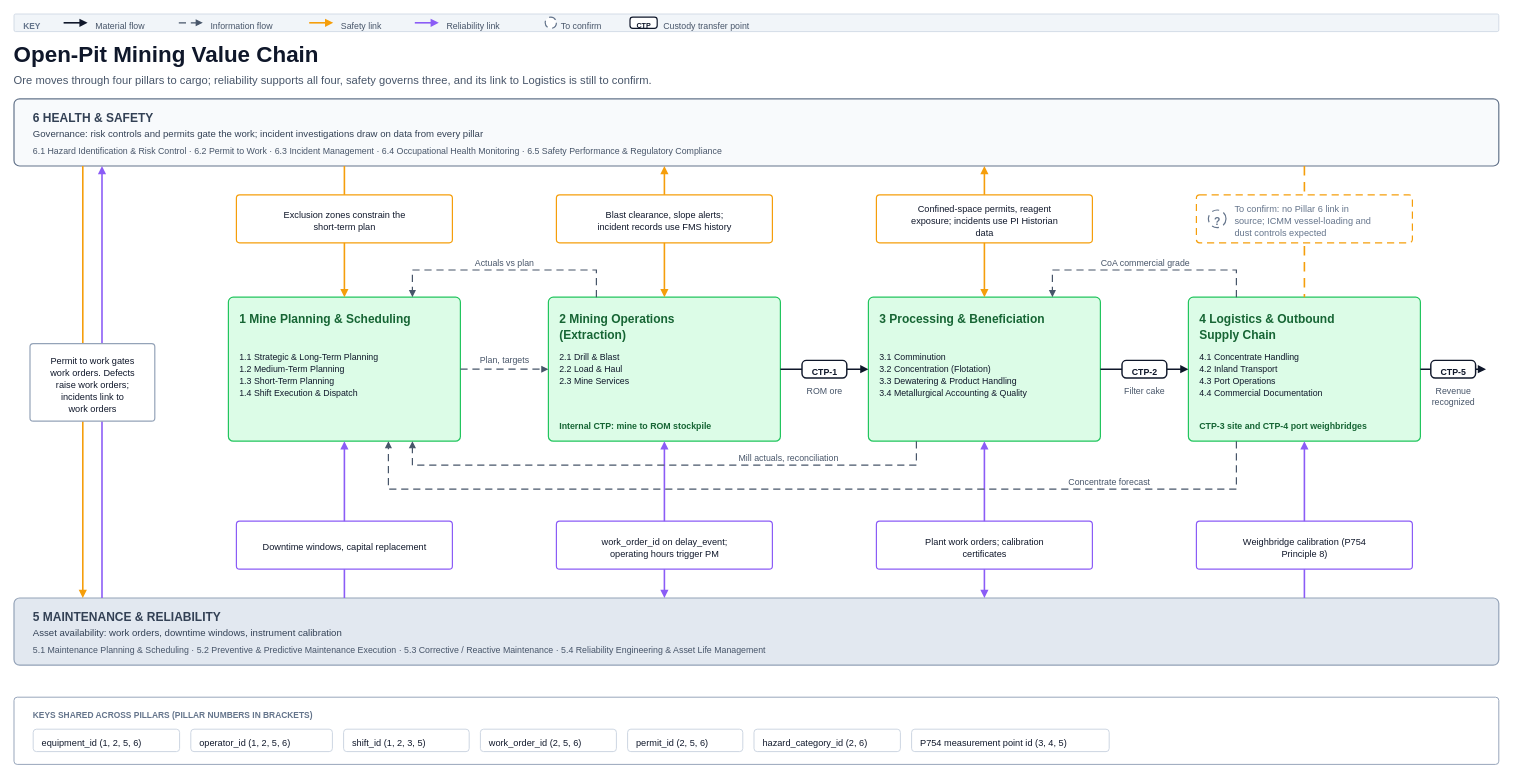
feemurk/teck-process-modeling keeps this draw.io diagram as pillar-models/diagrams/L0-value-chain/L0_value-chain-map.drawio. Above is the earlier version. Source tidied: cells renumbered, new cells numbered last; positions are measured from the earlier drawing's top-left corner, leaving out a move shared by most shapes. Both pictures are drawn from the tidied source at 80%, with x=0, y=0 at pixel (14, 14).
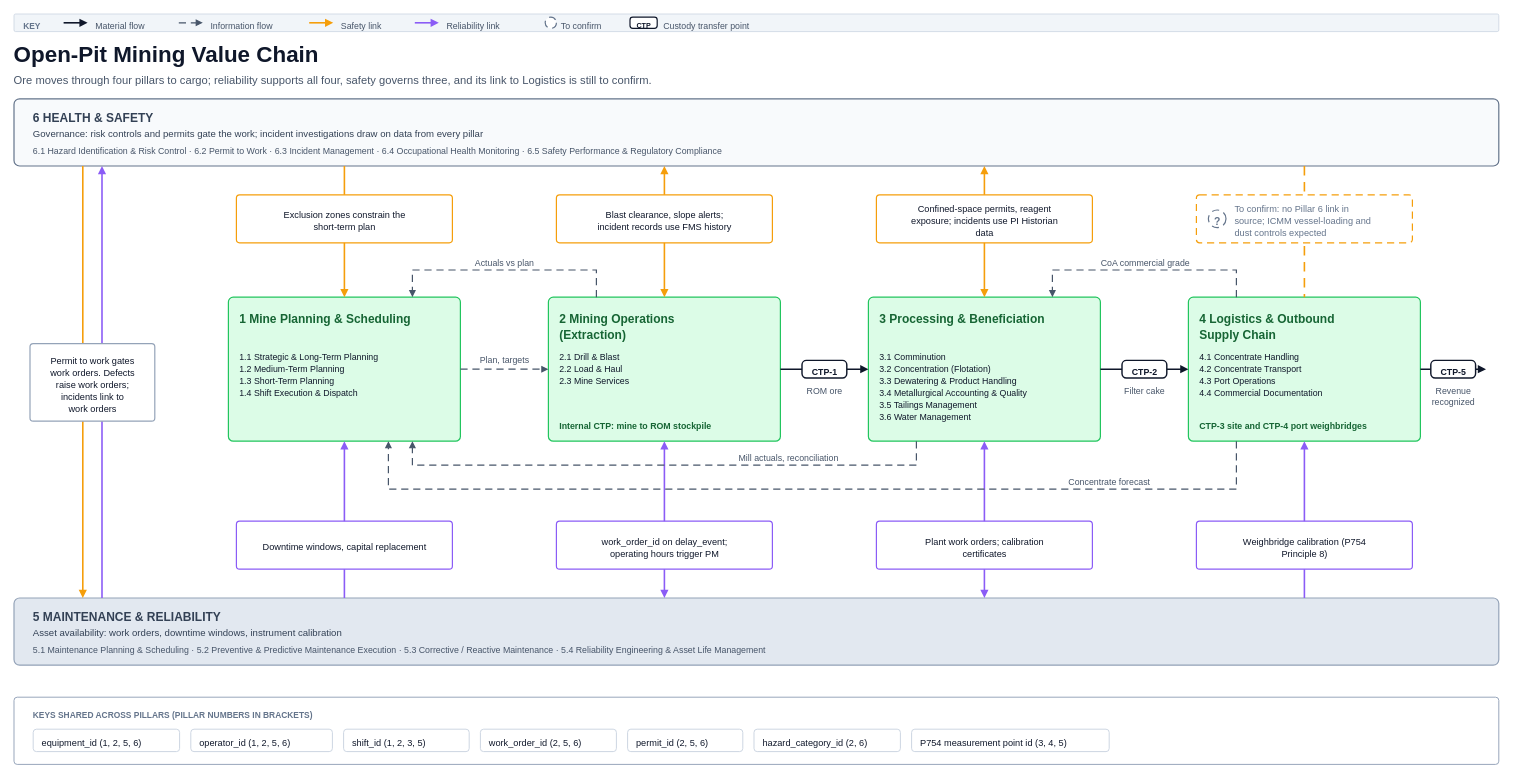
The same diagram, later.

The edit, as a diff of the source:
```diff
@@
+    <mxCell id="136" value="3.5 Tailings Management" style="text;html=1;whiteSpace=nowrap;strokeColor=none;fillColor=none;align=left;verticalAlign=top;spacing=0;spacingTop=0;spacingLeft=0;spacingRight=0;spacingBottom=0;fontFamily=Helvetica;fontSize=11;fontColor=#0F172A;fontStyle=0;" parent="1" vertex="1">
+      <mxGeometry x="1082" y="478" width="262" height="14" as="geometry" />
+    </mxCell>
+    <mxCell id="137" value="3.6 Water Management" style="text;html=1;whiteSpace=nowrap;strokeColor=none;fillColor=none;align=left;verticalAlign=top;spacing=0;spacingTop=0;spacingLeft=0;spacingRight=0;spacingBottom=0;fontFamily=Helvetica;fontSize=11;fontColor=#0F172A;fontStyle=0;" parent="1" vertex="1">
+      <mxGeometry x="1082" y="493" width="262" height="14" as="geometry" />
+    </mxCell>
@@
-    <mxCell id="35" value="4.2 Inland Transport" style="text;html=1;whiteSpace=nowrap;strokeColor=none;fillColor=none;align=left;verticalAlign=top;spacing=0;spacingTop=0;spacingLeft=0;spacingRight=0;spacingBottom=0;fontFamily=Helvetica;fontSize=11;fontColor=#0F172A;fontStyle=0;" parent="1" vertex="1">
+    <mxCell id="35" value="4.2 Concentrate Transport" style="text;html=1;whiteSpace=nowrap;strokeColor=none;fillColor=none;align=left;verticalAlign=top;spacing=0;spacingTop=0;spacingLeft=0;spacingRight=0;spacingBottom=0;fontFamily=Helvetica;fontSize=11;fontColor=#0F172A;fontStyle=0;" parent="1" vertex="1">
       <mxGeometry x="1482" y="433" width="262" height="14" as="geometry" />
     </mxCell>
```
